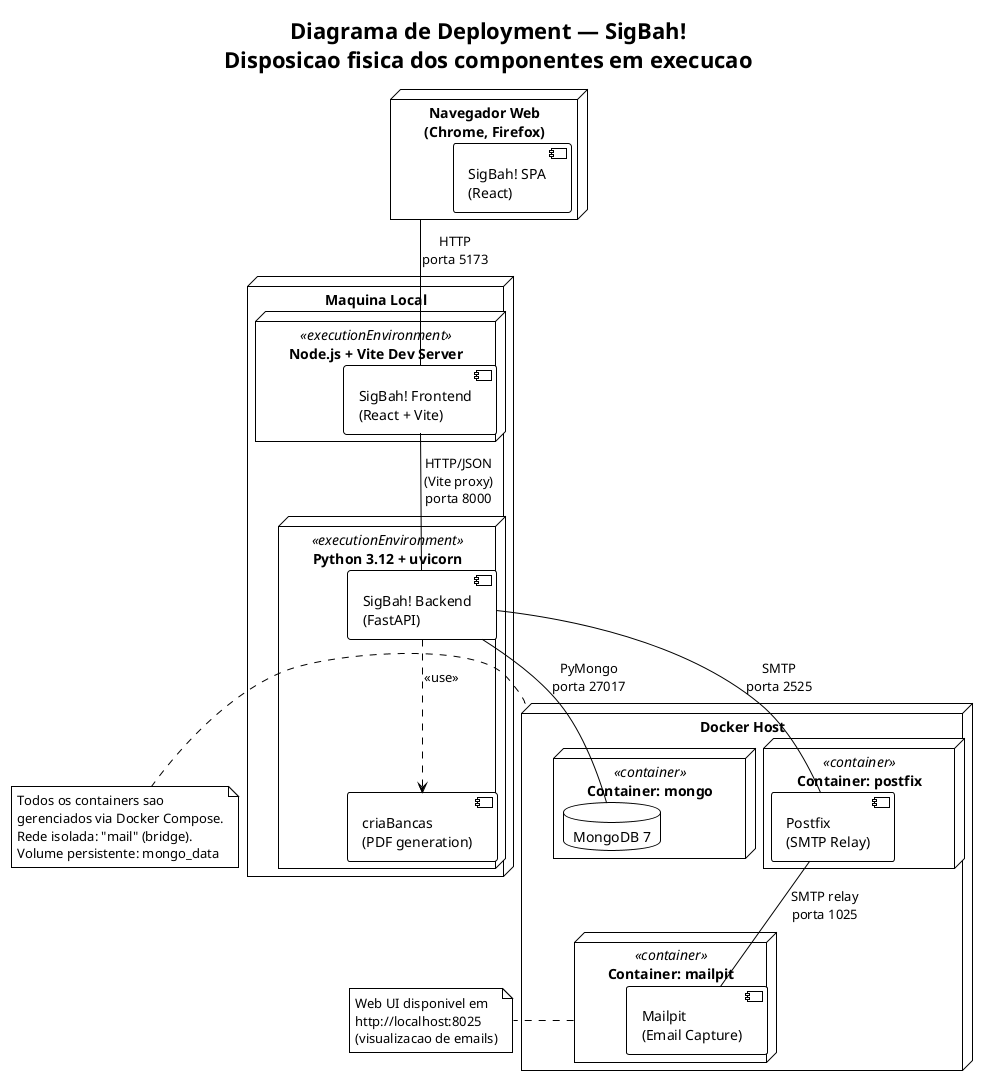
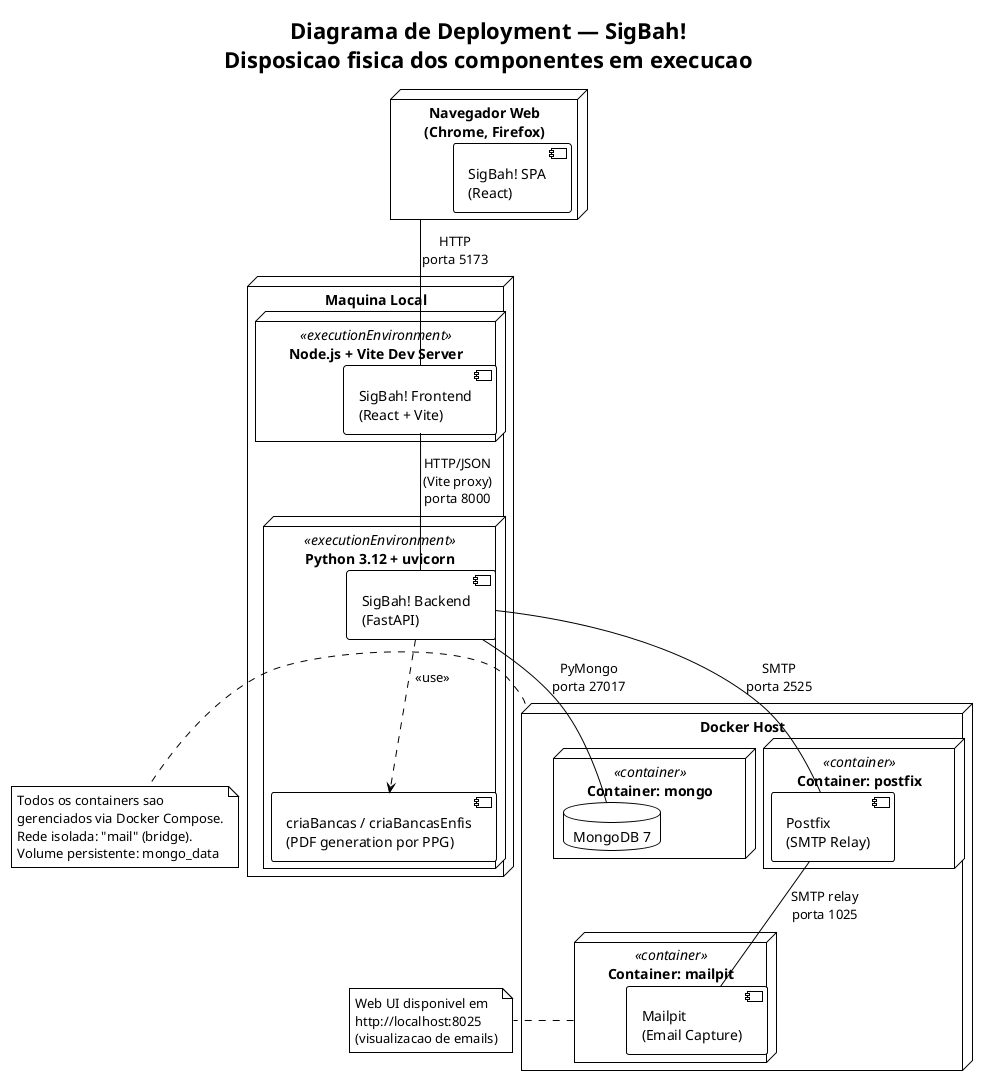
@startuml deployment-diagram
!pragma layout smetana
!theme plain
skinparam shadowing false

title Diagrama de Deployment — SigBah!\nDisposicao fisica dos componentes em execucao

' ============================================================
' NODO: NAVEGADOR DO USUARIO
' ============================================================
node "Navegador Web\n(Chrome, Firefox)" as browser {
    component "SigBah! SPA\n(React)" as spa
}

' ============================================================
' NODO: MAQUINA DO DESENVOLVEDOR
' ============================================================
node "Maquina Local" as devmachine {

    node "Python 3.12 + uvicorn" <<executionEnvironment>> as python_env {
        component "SigBah! Backend\n(FastAPI)" as backend
-         component "criaBancas\n(PDF generation)" as pdf
+         component "criaBancas / criaBancasEnfis\n(PDF generation por PPG)" as pdf
    }

    node "Node.js + Vite Dev Server" <<executionEnvironment>> as node_env {
        component "SigBah! Frontend\n(React + Vite)" as frontend
    }
}

' ============================================================
' NODO: DOCKER HOST (mesma maquina)
' ============================================================
node "Docker Host" as docker {

    node "Container: mongo" <<container>> as mongo_container {
        database "MongoDB 7" as mongodb
    }

    node "Container: postfix" <<container>> as postfix_container {
        component "Postfix\n(SMTP Relay)" as postfix
    }

    node "Container: mailpit" <<container>> as mailpit_container {
        component "Mailpit\n(Email Capture)" as mailpit
    }
}

' ============================================================
' CONEXOES
' ============================================================

' Browser <-> Frontend
browser -- frontend : HTTP\nporta 5173

' Frontend proxies API calls to Backend
frontend -- backend : HTTP/JSON\n(Vite proxy)\nporta 8000

' Backend <-> MongoDB
backend -- mongodb : PyMongo\nporta 27017

' Backend <-> Postfix (envio de emails)
backend -- postfix : SMTP\nporta 2525

' Postfix relay -> Mailpit
postfix -- mailpit : SMTP relay\nporta 1025

' PDF library
backend ..> pdf : <<use>>

' ============================================================
' NOTAS
' ============================================================
note right of docker
    Todos os containers sao
    gerenciados via Docker Compose.
    Rede isolada: "mail" (bridge).
    Volume persistente: mongo_data
end note

note right of mailpit_container
    Web UI disponivel em
    http://localhost:8025
    (visualizacao de emails)
end note

@enduml
